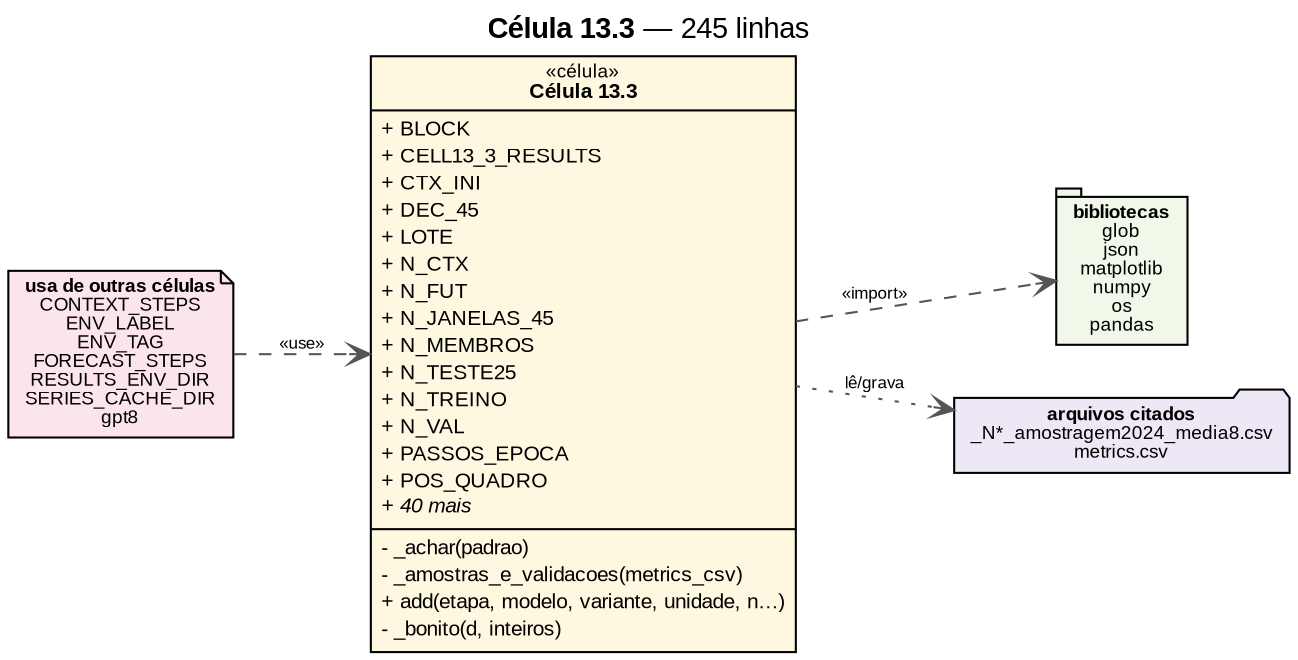
The Graphviz diagram docs/uml/celulas/34_celula_13_3.png in raulspinheiro/F-PluvIA-Metropolitan-TCC-GPTCast-IFCE-Maracanau, before a commit. Its source is kept beside it as docs/uml/celulas/34_celula_13_3.dot. The source it was exported from:
```dot
digraph "13_3" {
  graph [fontname="Helvetica", rankdir=LR, nodesep=0.35, ranksep=0.6, labelloc=t, fontsize=14];
  node  [fontname="Helvetica", fontsize=10, shape=plain];
  edge  [fontname="Helvetica", fontsize=8, color="#555555"];
  label=<<B>Célula 13.3</B> — 245 linhas>;
  celula [label=<<TABLE BORDER="1" CELLBORDER="0" CELLSPACING="0" CELLPADDING="3" BGCOLOR="#FFF8E1"><TR><TD><FONT POINT-SIZE="9">«célula»</FONT><BR/><B>Célula 13.3</B></TD></TR><HR/><TR><TD><TABLE BORDER="0" CELLSPACING="0" CELLPADDING="1"><TR><TD ALIGN="LEFT">+ BLOCK</TD></TR><TR><TD ALIGN="LEFT">+ CELL13_3_RESULTS</TD></TR><TR><TD ALIGN="LEFT">+ CTX_INI</TD></TR><TR><TD ALIGN="LEFT">+ DEC_45</TD></TR><TR><TD ALIGN="LEFT">+ LOTE</TD></TR><TR><TD ALIGN="LEFT">+ N_CTX</TD></TR><TR><TD ALIGN="LEFT">+ N_FUT</TD></TR><TR><TD ALIGN="LEFT">+ N_JANELAS_45</TD></TR><TR><TD ALIGN="LEFT">+ N_MEMBROS</TD></TR><TR><TD ALIGN="LEFT">+ N_TESTE25</TD></TR><TR><TD ALIGN="LEFT">+ N_TREINO</TD></TR><TR><TD ALIGN="LEFT">+ N_VAL</TD></TR><TR><TD ALIGN="LEFT">+ PASSOS_EPOCA</TD></TR><TR><TD ALIGN="LEFT">+ POS_QUADRO</TD></TR><TR><TD ALIGN="LEFT"><I>+ 40 mais</I></TD></TR></TABLE></TD></TR><HR/><TR><TD><TABLE BORDER="0" CELLSPACING="0" CELLPADDING="1"><TR><TD ALIGN="LEFT">- _achar(padrao)</TD></TR><TR><TD ALIGN="LEFT">- _amostras_e_validacoes(metrics_csv)</TD></TR><TR><TD ALIGN="LEFT">+ add(etapa, modelo, variante, unidade, n…)</TD></TR><TR><TD ALIGN="LEFT">- _bonito(d, inteiros)</TD></TR></TABLE></TD></TR></TABLE>>];
  libs [shape=tab, style=filled, fillcolor="#F1F8E9", fontsize=9, label=<<B>bibliotecas</B><BR/>glob<BR/>json<BR/>matplotlib<BR/>numpy<BR/>os<BR/>pandas>];
  celula -> libs [style=dashed, arrowhead=open, label="«import»"];
  entradas [shape=note, style=filled, fillcolor="#FCE4EC", fontsize=9, label=<<B>usa de outras células</B><BR/>CONTEXT_STEPS<BR/>ENV_LABEL<BR/>ENV_TAG<BR/>FORECAST_STEPS<BR/>RESULTS_ENV_DIR<BR/>SERIES_CACHE_DIR<BR/>gpt8>];
  entradas -> celula [style=dashed, arrowhead=open, label="«use»"];
  arquivos [shape=folder, style=filled, fillcolor="#EDE7F6", fontsize=9, label=<<B>arquivos citados</B><BR/>_N*_amostragem2024_media8.csv<BR/>metrics.csv>];
  celula -> arquivos [style=dotted, arrowhead=open, label="lê/grava"];
}
```
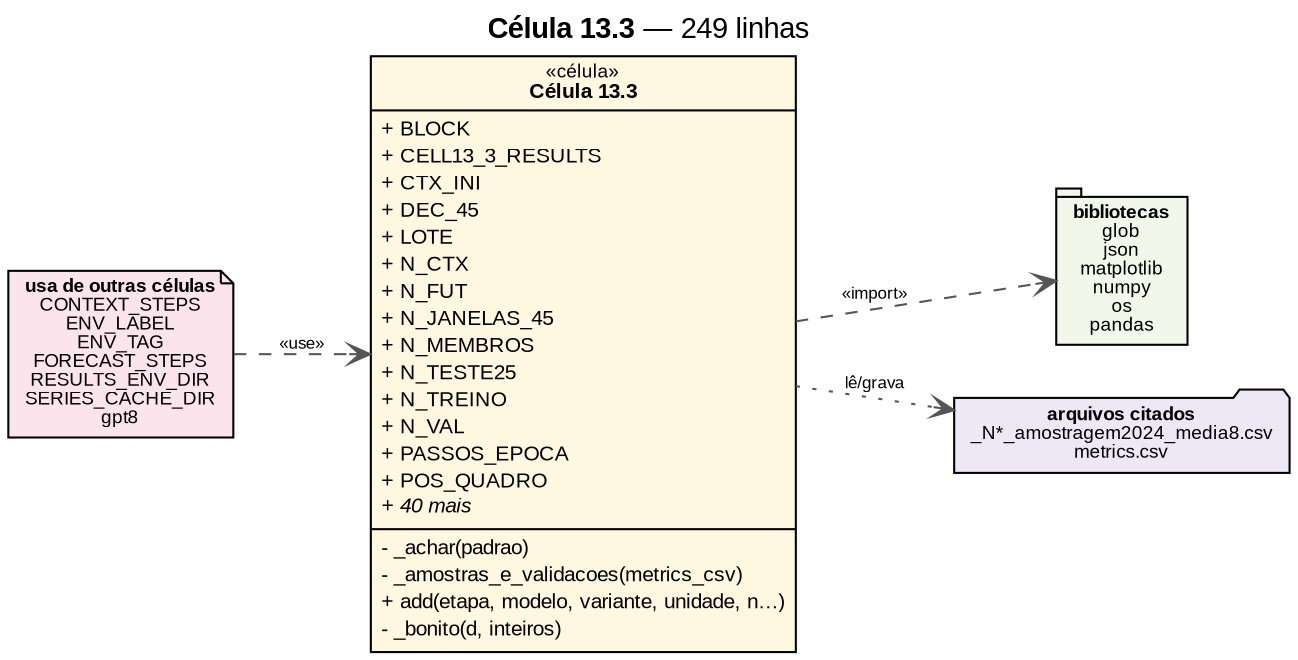
Later version of the same file.

What changed in the source:
```diff
@@ -2,7 +2,7 @@
   graph [fontname="Helvetica", rankdir=LR, nodesep=0.35, ranksep=0.6, labelloc=t, fontsize=14];
   node  [fontname="Helvetica", fontsize=10, shape=plain];
   edge  [fontname="Helvetica", fontsize=8, color="#555555"];
-  label=<<B>Célula 13.3</B> — 245 linhas>;
+  label=<<B>Célula 13.3</B> — 249 linhas>;
   celula [label=<<TABLE BORDER="1" CELLBORDER="0" CELLSPACING="0" CELLPADDING="3" BGCOLOR="#FFF8E1"><TR><TD><FONT POINT-SIZE="9">«célula»</FONT><BR/><B>Célula 13.3</B></TD></TR><HR/><TR><TD><TABLE BORDER="0" CELLSPACING="0" CELLPADDING="1"><TR><TD ALIGN="LEFT">+ BLOCK</TD></TR><TR><TD ALIGN="LEFT">+ CELL13_3_RESULTS</TD></TR><TR><TD ALIGN="LEFT">+ CTX_INI</TD></TR><TR><TD ALIGN="LEFT">+ DEC_45</TD></TR><TR><TD ALIGN="LEFT">+ LOTE</TD></TR><TR><TD ALIGN="LEFT">+ N_CTX</TD></TR><TR><TD ALIGN="LEFT">+ N_FUT</TD></TR><TR><TD ALIGN="LEFT">+ N_JANELAS_45</TD></TR><TR><TD ALIGN="LEFT">+ N_MEMBROS</TD></TR><TR><TD ALIGN="LEFT">+ N_TESTE25</TD></TR><TR><TD ALIGN="LEFT">+ N_TREINO</TD></TR><TR><TD ALIGN="LEFT">+ N_VAL</TD></TR><TR><TD ALIGN="LEFT">+ PASSOS_EPOCA</TD></TR><TR><TD ALIGN="LEFT">+ POS_QUADRO</TD></TR><TR><TD ALIGN="LEFT"><I>+ 40 mais</I></TD></TR></TABLE></TD></TR><HR/><TR><TD><TABLE BORDER="0" CELLSPACING="0" CELLPADDING="1"><TR><TD ALIGN="LEFT">- _achar(padrao)</TD></TR><TR><TD ALIGN="LEFT">- _amostras_e_validacoes(metrics_csv)</TD></TR><TR><TD ALIGN="LEFT">+ add(etapa, modelo, variante, unidade, n…)</TD></TR><TR><TD ALIGN="LEFT">- _bonito(d, inteiros)</TD></TR></TABLE></TD></TR></TABLE>>];
   libs [shape=tab, style=filled, fillcolor="#F1F8E9", fontsize=9, label=<<B>bibliotecas</B><BR/>glob<BR/>json<BR/>matplotlib<BR/>numpy<BR/>os<BR/>pandas>];
   celula -> libs [style=dashed, arrowhead=open, label="«import»"];
```
